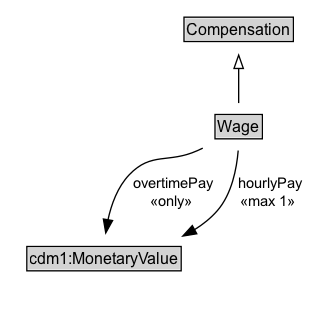
Earlier version of the Graphviz export docs/diagrams/Wage.dot.png (ISO-TC204/ontology-cdm-p2-v1). Its source is kept beside it as docs/diagrams/Wage.dot. The source it was exported from:
```dot
digraph {
	graph [overlap=false rankdir=TB splines=true]
	node [fontname=Arial fontsize=12 margin=0 shape=none]
	edge [fontname=Arial fontsize=11]
	{
		rank=max
		Wage [label=<<TABLE BORDER="1" CELLBORDER="0" CELLSPACING="0" CELLPADDING="1"><TR><TD BGCOLOR="lightgray" ALIGN="CENTER" PORT="e">Wage</TD></TR></TABLE>> URL="../Wage.md" margin=0]
	}
	subgraph cluster_associated {
		label="" style=invis
		Invis [label=<<TABLE BORDER="0" CELLBORDER="0" CELLSPACING="0" CELLPADDING="1"><TR><TD></TD></TR></TABLE>> margin=0 style=invis]
		cdm1_MonetaryValue [label=<<TABLE BORDER="1" CELLBORDER="0" CELLSPACING="0" CELLPADDING="1"><TR><TD BGCOLOR="lightgray" ALIGN="CENTER">cdm1:MonetaryValue</TD></TR></TABLE>> margin=0]
	}
	Compensation [label=<<TABLE BORDER="1" CELLBORDER="0" CELLSPACING="0" CELLPADDING="1"><TR><TD BGCOLOR="lightgray" ALIGN="CENTER">Compensation</TD></TR></TABLE>> URL="../Compensation.md" margin=0]
	Wage -> Compensation [arrowhead=onormal style=solid]
	Wage -> Invis [style=invis]
	Invis -> cdm1_MonetaryValue [style=invis]
	Wage -> cdm1_MonetaryValue [label=" overtimePay
 «only»  " arrowhead=normal style=solid]
	Wage -> cdm1_MonetaryValue [label=" hourlyPay
 «max 1»  " arrowhead=normal style=solid]
}
```
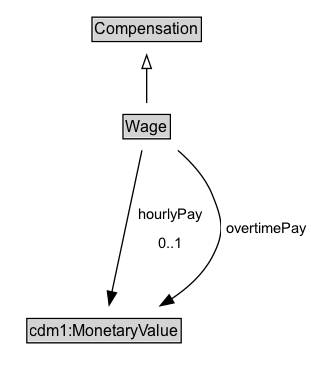
Above is the later version.

What changed in the source:
```diff
@@ -3,20 +3,22 @@
 	node [fontname=Arial fontsize=12 margin=0 shape=none]
 	edge [fontname=Arial fontsize=11]
 	{
+		rank=source
+		Compensation [label=<<TABLE BORDER="1" CELLBORDER="0" CELLSPACING="0" CELLPADDING="1"><TR><TD BGCOLOR="lightgray" ALIGN="CENTER">Compensation</TD></TR></TABLE>> URL="../Compensation" margin=0]
+	}
+	Wage [label=<<TABLE BORDER="1" CELLBORDER="0" CELLSPACING="0" CELLPADDING="1"><TR><TD BGCOLOR="lightgray" ALIGN="CENTER">Wage</TD></TR></TABLE>> URL="../Wage" margin=0]
+	{
 		rank=max
-		Wage [label=<<TABLE BORDER="1" CELLBORDER="0" CELLSPACING="0" CELLPADDING="1"><TR><TD BGCOLOR="lightgray" ALIGN="CENTER" PORT="e">Wage</TD></TR></TABLE>> URL="../Wage.md" margin=0]
 	}
 	subgraph cluster_associated {
 		label="" style=invis
 		Invis [label=<<TABLE BORDER="0" CELLBORDER="0" CELLSPACING="0" CELLPADDING="1"><TR><TD></TD></TR></TABLE>> margin=0 style=invis]
-		cdm1_MonetaryValue [label=<<TABLE BORDER="1" CELLBORDER="0" CELLSPACING="0" CELLPADDING="1"><TR><TD BGCOLOR="lightgray" ALIGN="CENTER">cdm1:MonetaryValue</TD></TR></TABLE>> margin=0]
+		cdm1_MonetaryValue [label=<<TABLE BORDER="1" CELLBORDER="0" CELLSPACING="0" CELLPADDING="1"><TR><TD BGCOLOR="lightgray" ALIGN="CENTER">cdm1:MonetaryValue</TD></TR></TABLE>> URL="https://w3id.org/citydata/part1/v1/MonetaryValue" margin=0]
 	}
-	Compensation [label=<<TABLE BORDER="1" CELLBORDER="0" CELLSPACING="0" CELLPADDING="1"><TR><TD BGCOLOR="lightgray" ALIGN="CENTER">Compensation</TD></TR></TABLE>> URL="../Compensation.md" margin=0]
 	Wage -> Compensation [arrowhead=onormal style=solid]
 	Wage -> Invis [style=invis]
 	Invis -> cdm1_MonetaryValue [style=invis]
-	Wage -> cdm1_MonetaryValue [label=" overtimePay
- «only»  " arrowhead=normal style=solid]
-	Wage -> cdm1_MonetaryValue [label=" hourlyPay
- «max 1»  " arrowhead=normal style=solid]
+	cdm1_MonetaryValue [label=<<TABLE BORDER="1" CELLBORDER="0" CELLSPACING="0" CELLPADDING="1"><TR><TD BGCOLOR="lightgray" ALIGN="CENTER">cdm1:MonetaryValue</TD></TR></TABLE>> URL="https://w3id.org/citydata/part1/v1/MonetaryValue" margin=0]
+	Wage -> cdm1_MonetaryValue [label=<<TABLE BORDER="0" CELLBORDER="0" CELLSPACING="0" CELLPADDING="4" BGCOLOR="white"><TR><TD ALIGN="CENTER">hourlyPay</TD></TR><TR><TD ALIGN="CENTER">0..1</TD></TR></TABLE>> arrowhead=normal style=solid]
+	Wage -> cdm1_MonetaryValue [label=<<TABLE BORDER="0" CELLBORDER="0" CELLSPACING="0" CELLPADDING="4" BGCOLOR="white"><TR><TD ALIGN="CENTER">overtimePay</TD></TR></TABLE>> arrowhead=normal style=solid]
 }
```
